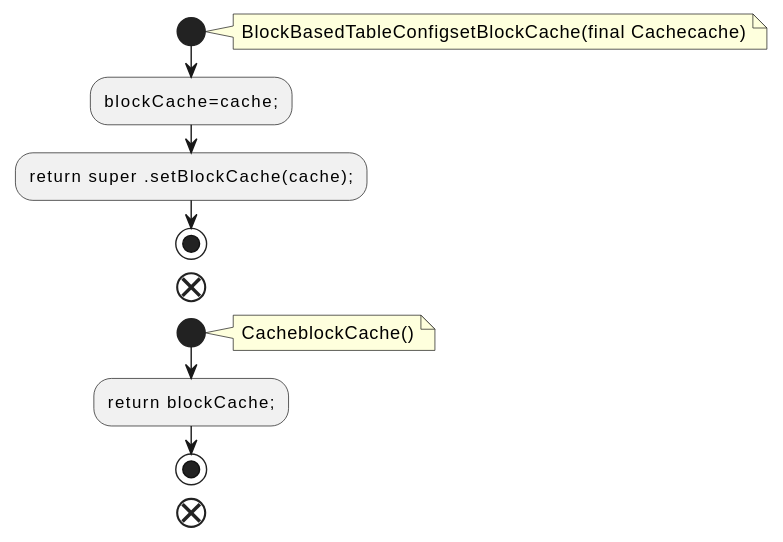
qualitesys/kafka keeps this PlantUML diagram as docs/qc/streams/src/main/java/org/apache/kafka/streams/state/internals/BlockBasedTableConfigWithAccessibleCache.java.fct.svg. Above is the earlier version.
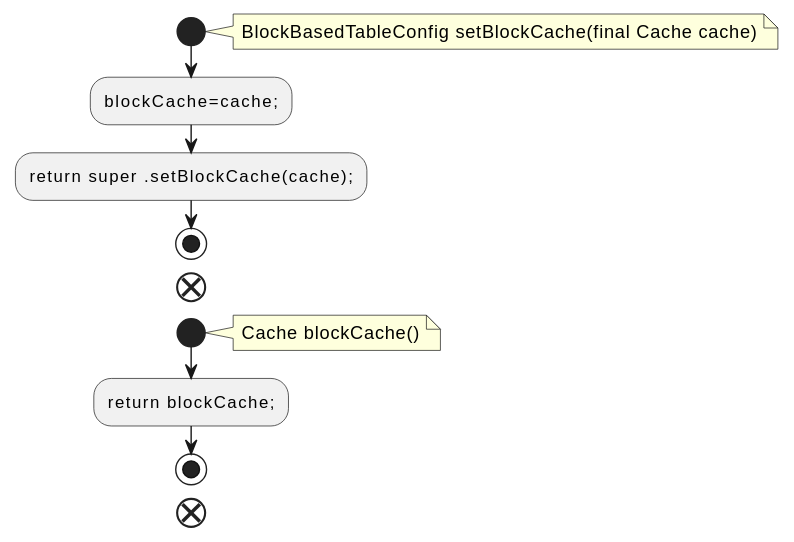
After the commit.

Change to the diagram source:
```diff
@@ -2,7 +2,7 @@
 !pragma layout smetana
 start
 note right
-BlockBasedTableConfigsetBlockCache(final Cachecache)
+BlockBasedTableConfig setBlockCache(final Cache cache)
 end note
 :blockCache=cache;;
 :return super .setBlockCache(cache);;
@@ -10,7 +10,7 @@
 end
 start
 note right
-CacheblockCache()
+Cache blockCache()
 end note
 :return blockCache;;
 stop
```
